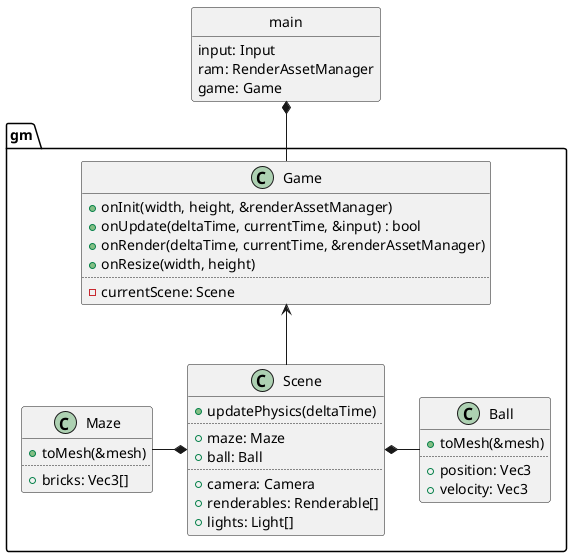
Above: design/game.png in ba6er/marblemaze (PlantUML), before the change.
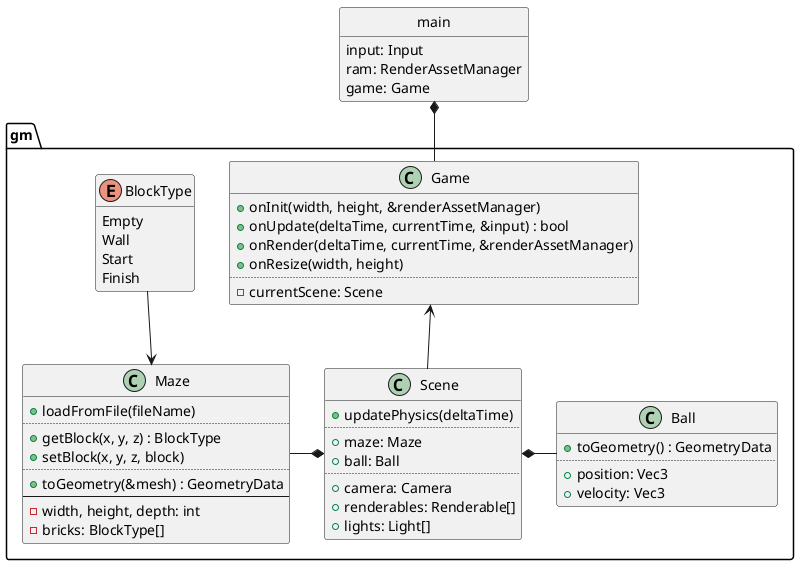
Later version of the same file.

Commit message:
Updated UML diagrams; typo fix, Maze methods and fields updated

Change to the diagram source:
```diff
@@ -21,14 +21,28 @@
 	+lights: Light[]
 }
 
+enum gm::BlockType {
+	Empty
+	Wall
+	Start
+	Finish
+}
+hide BlockType methods
+
 class gm::Maze {
-	+toMesh(&mesh)
+	+loadFromFile(fileName)
 	..
-	+bricks: Vec3[]
+	+getBlock(x, y, z) : BlockType
+	+setBlock(x, y, z, block)
+	..
+	+toGeometry(&mesh) : GeometryData
+	--
+	-width, height, depth: int
+	-bricks: BlockType[]
 }
 
 class gm::Ball {
-	+toMesh(&mesh)
+	+toGeometry() : GeometryData
 	..
 	+position: Vec3
 	+velocity: Vec3
@@ -45,6 +59,8 @@
 main *-- Game
 Game <-- Scene
 
+Maze <-up- BlockType
+
 Scene *-left- Maze
 Scene *-right- Ball
 
```
